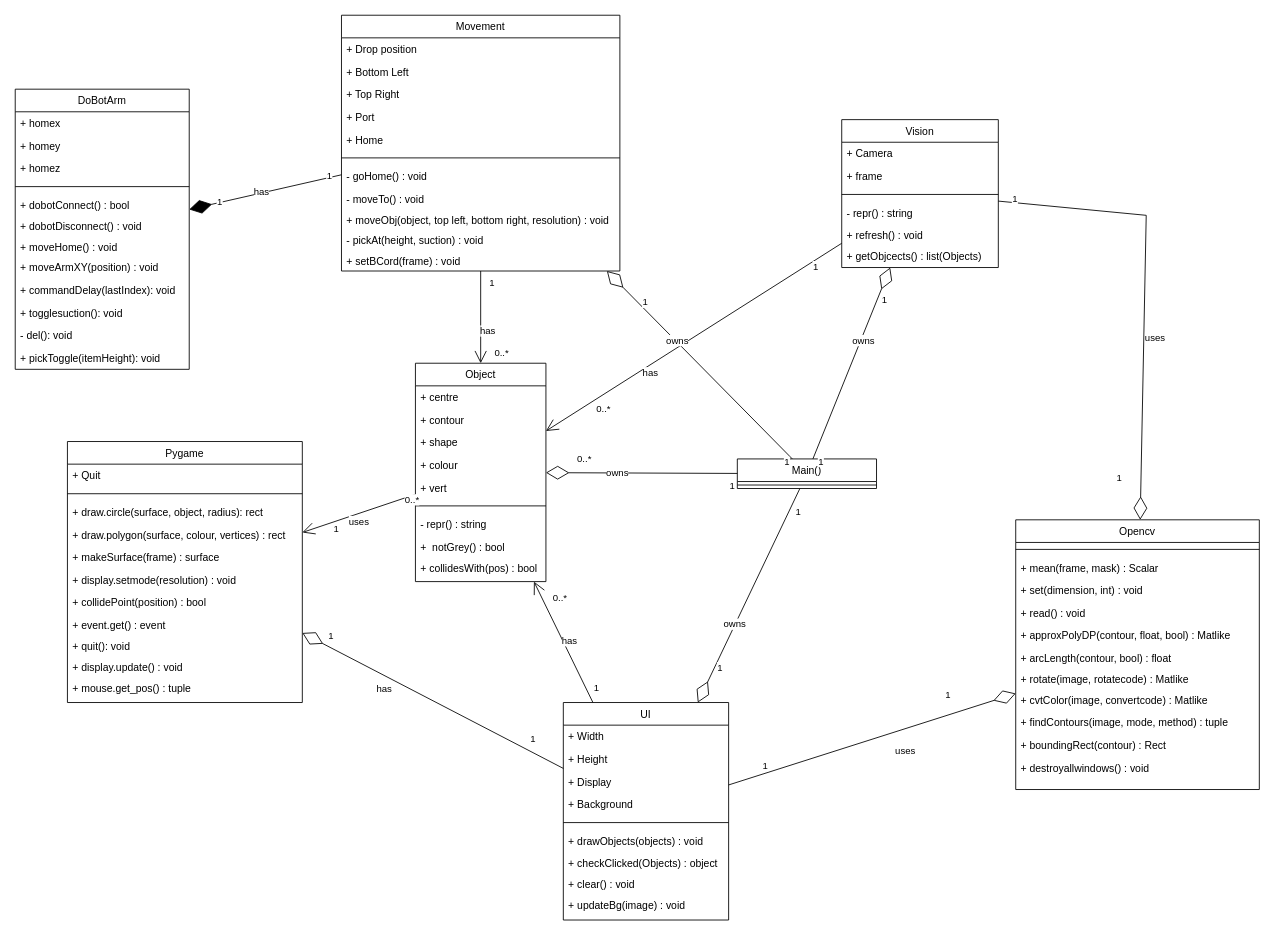
Before: Class Diagram  SDA.drawio in OliwierL/SDA, a draw.io diagram. Source tidied: cells renumbered, new cells numbered last; positions are measured from the earlier drawing's top-left corner, leaving out a move shared by most shapes. Both pictures are drawn from the tidied source at 87%, with x=0, y=0 at pixel (15, 15).
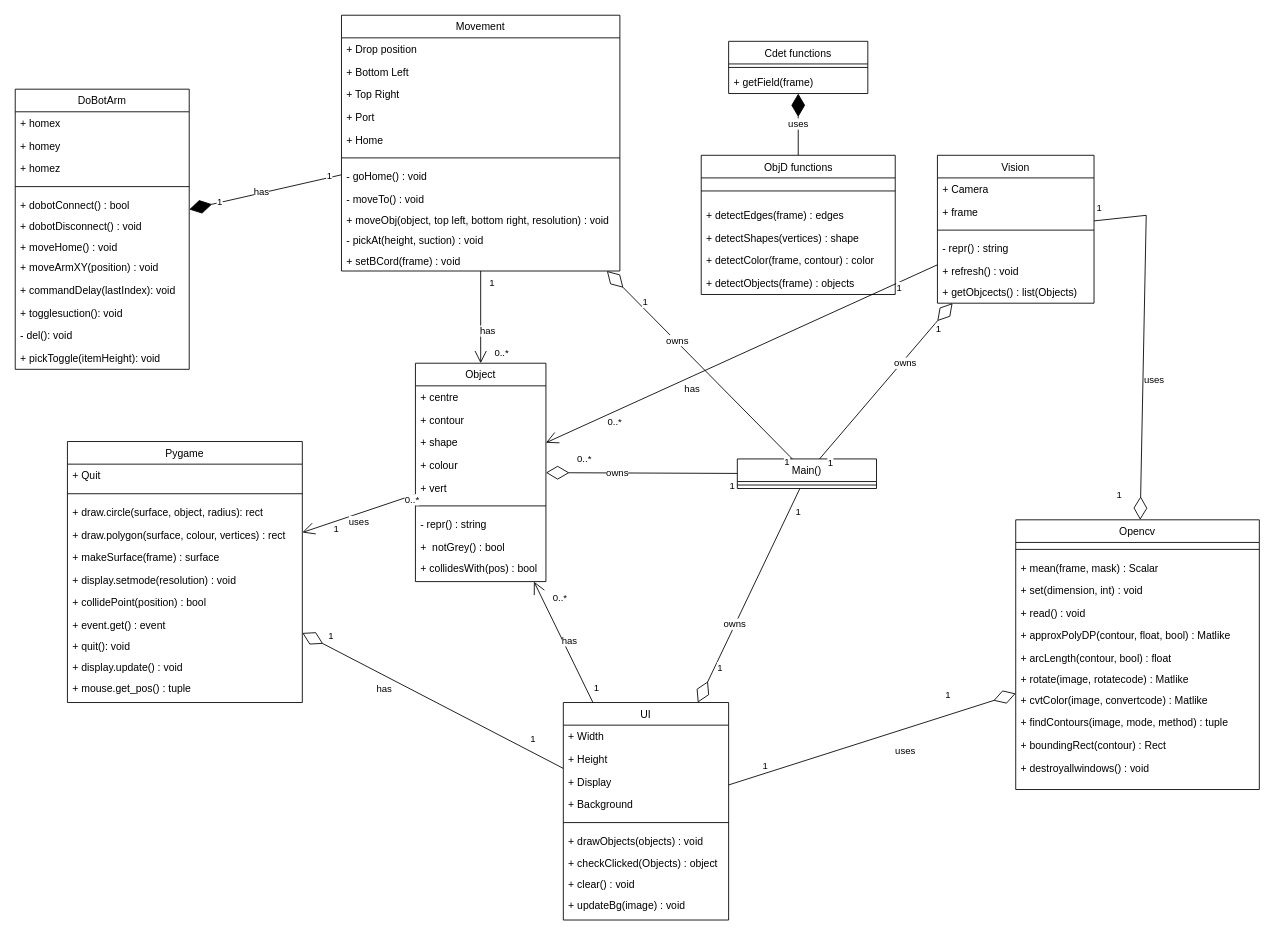
After the change.

Commit message:
Final version class diagram

What changed in the source:
```diff
@@
     <mxCell id="34" value="Vision" style="swimlane;fontStyle=0;align=center;verticalAlign=top;horizontal=1;startSize=26;rounded=0;shadow=0;strokeWidth=1;" parent="1" vertex="1">
-      <mxGeometry x="950" y="120" width="180" height="170" as="geometry" />
+      <mxGeometry x="1060" y="161" width="180" height="170" as="geometry" />
     </mxCell>
@@
+    <mxCell id="128" value="&lt;span style=&quot;font-weight: normal;&quot;&gt;Cdet functions&lt;/span&gt;" style="swimlane;fontStyle=1;align=center;verticalAlign=top;horizontal=1;startSize=26;whiteSpace=wrap;html=1;" parent="1" vertex="1">
+      <mxGeometry x="820" y="30" width="160" height="60" as="geometry" />
+    </mxCell>
+    <mxCell id="129" style="line;strokeWidth=1;fillColor=none;align=left;verticalAlign=middle;spacingTop=-1;spacingLeft=3;spacingRight=3;labelPosition=right;strokeColor=inherit;" parent="128" vertex="1">
+      <mxGeometry y="26" width="160" height="8" as="geometry" />
+    </mxCell>
+    <mxCell id="130" value="+ getField(frame)" style="text;align=left;verticalAlign=top;spacingLeft=4;spacingRight=4;overflow=hidden;" parent="128" vertex="1">
+      <mxGeometry y="34" width="160" height="26" as="geometry" />
+    </mxCell>
+    <mxCell id="131" value="&lt;span style=&quot;font-weight: normal;&quot;&gt;ObjD functions&lt;/span&gt;" style="swimlane;fontStyle=1;align=center;verticalAlign=top;horizontal=1;startSize=26;whiteSpace=wrap;html=1;" parent="1" vertex="1">
+      <mxGeometry x="788.5" y="161" width="223" height="160" as="geometry" />
+    </mxCell>
+    <mxCell id="132" style="line;strokeWidth=1;fillColor=none;align=left;verticalAlign=middle;spacingTop=-1;spacingLeft=3;spacingRight=3;labelPosition=right;strokeColor=inherit;" parent="131" vertex="1">
+      <mxGeometry y="26" width="223" height="30" as="geometry" />
+    </mxCell>
+    <mxCell id="133" value="+ detectEdges(frame) : edges" style="text;align=left;verticalAlign=top;spacingLeft=4;spacingRight=4;overflow=hidden;" parent="131" vertex="1">
+      <mxGeometry y="56" width="223" height="26" as="geometry" />
+    </mxCell>
+    <mxCell id="134" value="+ detectShapes(vertices) : shape" style="text;align=left;verticalAlign=top;spacingLeft=4;spacingRight=4;overflow=hidden;" parent="131" vertex="1">
+      <mxGeometry y="82" width="223" height="26" as="geometry" />
+    </mxCell>
+    <mxCell id="135" value="+ detectColor(frame, contour) : color" style="text;align=left;verticalAlign=top;spacingLeft=4;spacingRight=4;overflow=hidden;" parent="131" vertex="1">
+      <mxGeometry y="108" width="223" height="26" as="geometry" />
+    </mxCell>
+    <mxCell id="136" value="+ detectObjects(frame) : objects" style="text;align=left;verticalAlign=top;spacingLeft=4;spacingRight=4;overflow=hidden;" parent="131" vertex="1">
+      <mxGeometry y="134" width="223" height="26" as="geometry" />
+    </mxCell>
+    <mxCell id="137" value="uses" style="endArrow=diamondThin;endFill=1;endSize=24;html=1;" parent="1" edge="1" source="131" target="128">
+      <mxGeometry relative="1" as="geometry" />
+    </mxCell>
```
